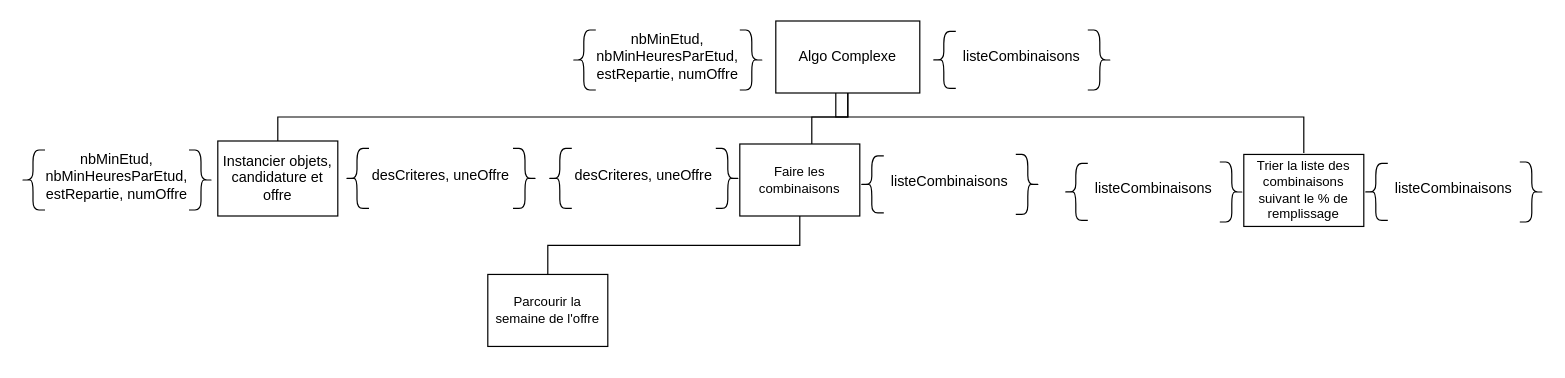
Before: Algorithme/1PtitJob_Algorithme.drawio in Lucas-kiss/S3.SAE, a draw.io diagram. Source tidied: cells renumbered, new cells numbered last; positions are measured from the earlier drawing's top-left corner, leaving out a move shared by most shapes. Both pictures are drawn from the tidied source at 120%, with x=0, y=0 at pixel (20, 20).
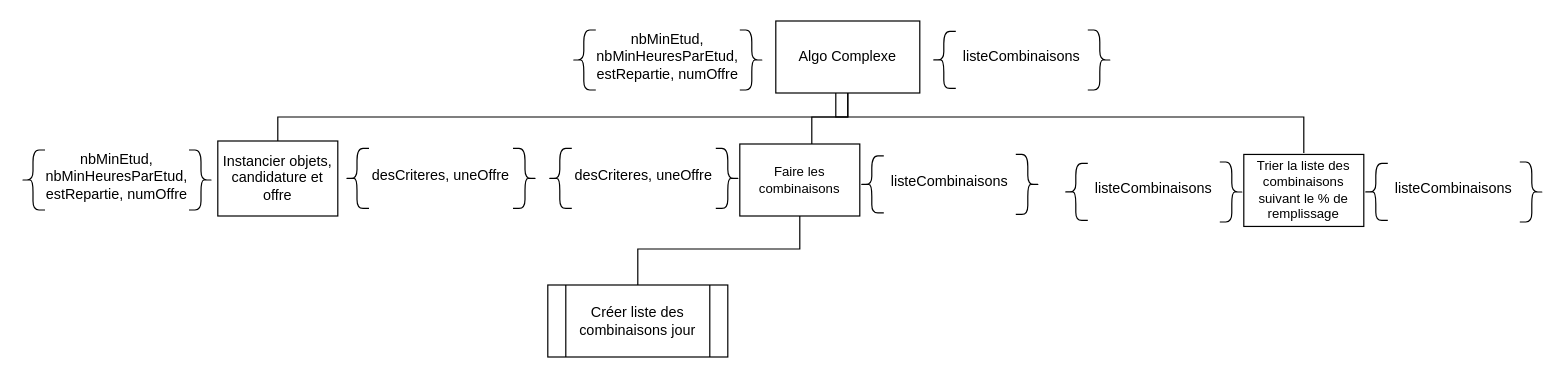
The same diagram, later.

The change refers to these unchanged cells:
```xml
<mxCell id="6" value="Faire les combinaisons" style="whiteSpace=wrap;html=1;align=center;verticalAlign=middle;newEdgeStyle={&quot;edgeStyle&quot;:&quot;elbowEdgeStyle&quot;,&quot;startArrow&quot;:&quot;none&quot;,&quot;endArrow&quot;:&quot;none&quot;};fontFamily=Helvetica;fontSize=11;fontColor=default;" parent="1" vertex="1">
  <mxGeometry x="599" y="102.5" width="100" height="60" as="geometry" />
</mxCell>
```

What changed in the source:
```diff
@@
+    <mxCell id="43" style="edgeStyle=elbowEdgeStyle;rounded=0;jettySize=auto;elbow=vertical;html=1;startArrow=none;endArrow=none;exitX=0.5;exitY=1;exitDx=0;exitDy=0;entryX=0.5;entryY=0;entryDx=0;entryDy=0;" parent="1" edge="1" source="6" target="44">
+      <mxGeometry relative="1" as="geometry">
+        <Array as="points">
+          <mxPoint x="469" y="190" />
+        </Array>
+      </mxGeometry>
+    </mxCell>
@@
-    <mxCell id="17" value="Parcourir la semaine de l'offre" style="whiteSpace=wrap;html=1;align=center;verticalAlign=middle;newEdgeStyle={&quot;edgeStyle&quot;:&quot;elbowEdgeStyle&quot;,&quot;startArrow&quot;:&quot;none&quot;,&quot;endArrow&quot;:&quot;none&quot;};fontFamily=Helvetica;fontSize=11;fontColor=default;" parent="1" vertex="1">
-      <mxGeometry x="389" y="211.2" width="100" height="60" as="geometry" />
-    </mxCell>
-    <mxCell id="18" style="edgeStyle=elbowEdgeStyle;elbow=vertical;sourcePerimeterSpacing=0;targetPerimeterSpacing=0;startArrow=none;endArrow=none;rounded=0;curved=0;labelBackgroundColor=default;strokeColor=default;align=center;verticalAlign=middle;fontFamily=Helvetica;fontSize=11;fontColor=default;shape=connector;" parent="1" edge="1" source="6" target="17">
-      <mxGeometry relative="1" as="geometry" />
-    </mxCell>
@@
+    <mxCell id="44" value="Créer liste des combinaisons jour" style="shape=process;whiteSpace=wrap;html=1;backgroundOutline=1;" parent="1" vertex="1">
+      <mxGeometry x="439" y="220" width="150" height="60" as="geometry" />
+    </mxCell>
```
